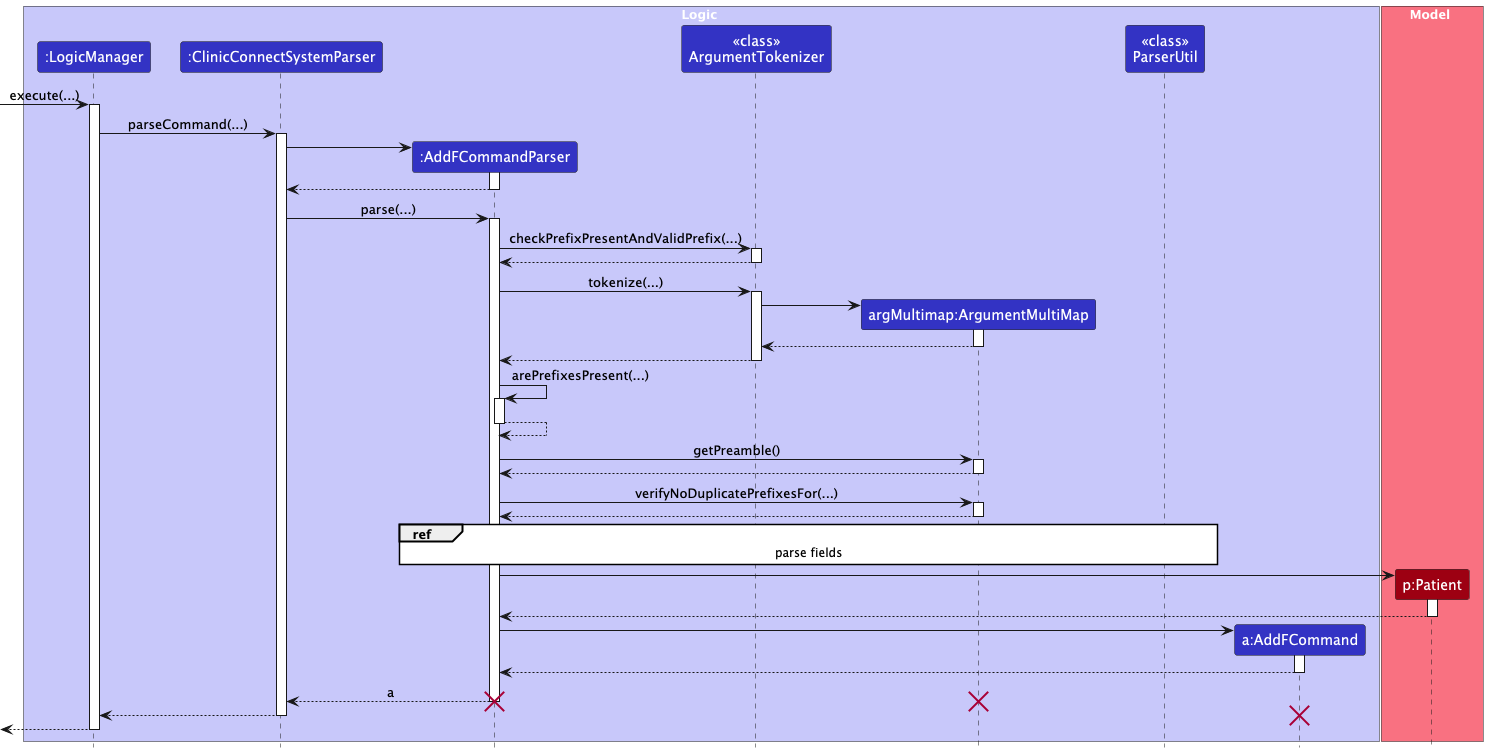
Earlier version of the PlantUML export docs/images/AddFSequenceDiagram.png (nus-cs2103-AY2425S1/tp).
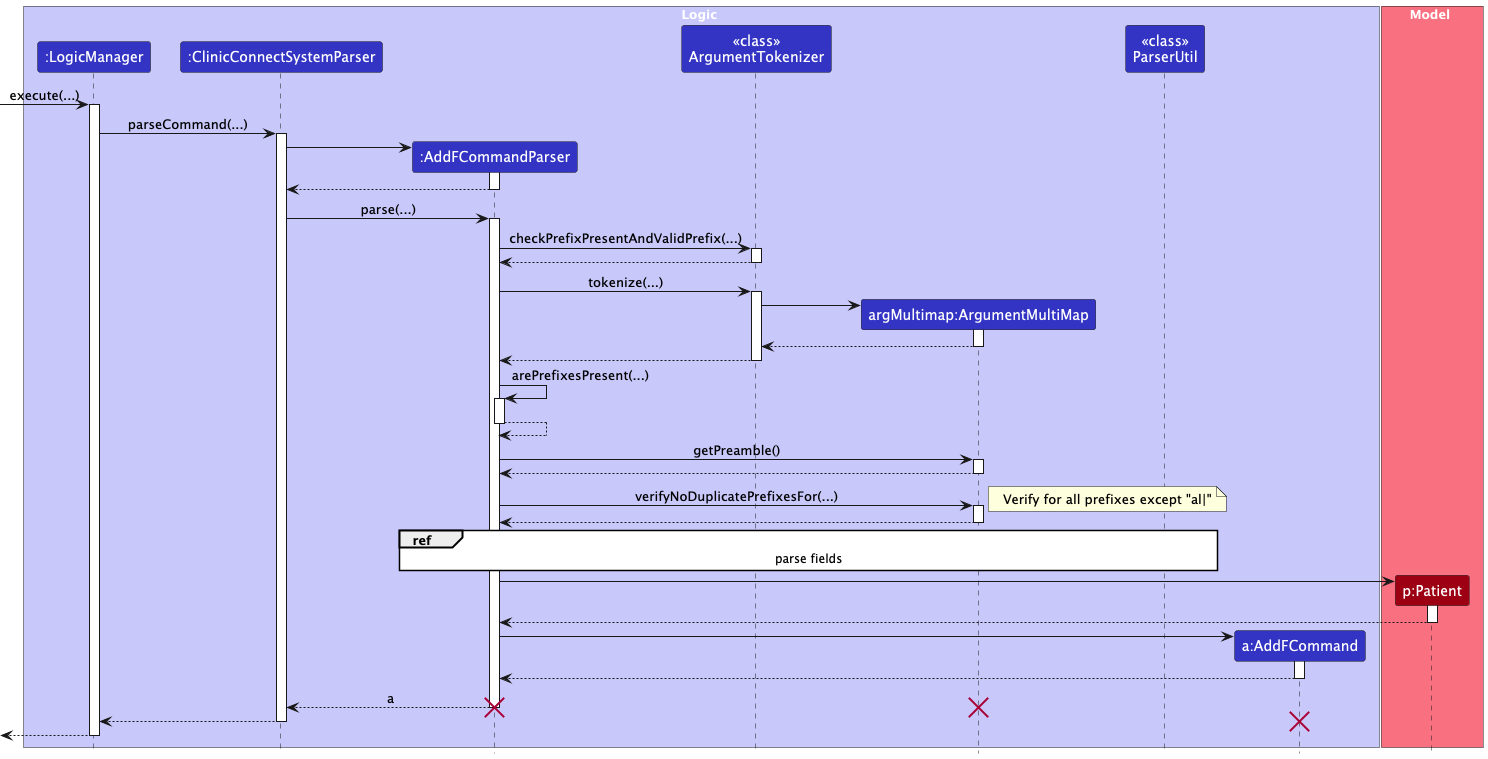
Later version of the same file.

What changed in the source:
```diff
@@ -64,6 +64,7 @@
 
 AddFCommandParser -> ArgumentMultiMap : verifyNoDuplicatePrefixesFor(...)
 activate ArgumentMultiMap
+note right: Verify for all prefixes except "al|"
 
 ArgumentMultiMap --> AddFCommandParser
 deactivate ArgumentMultiMap
```
